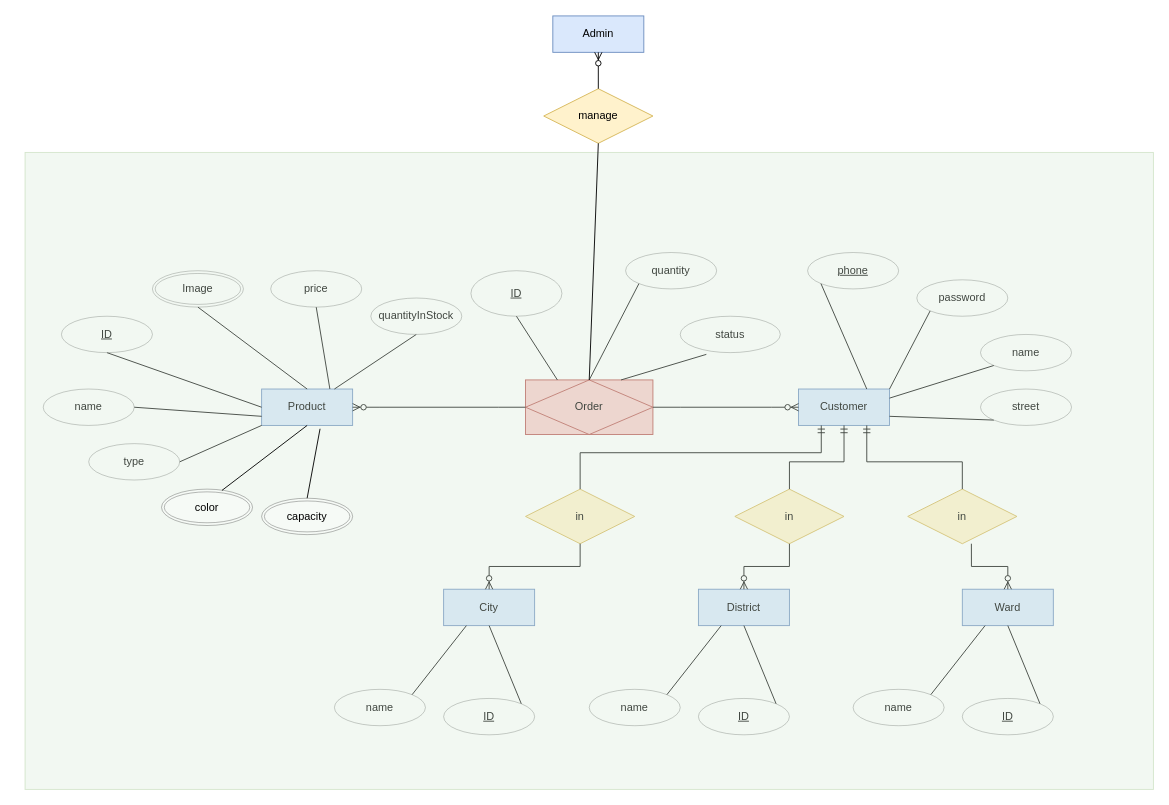
The draw.io diagram er.drawio in q2kit/N14, before the edit. Source tidied: cells renumbered, new cells numbered last; positions are measured from the earlier drawing's top-left corner, leaving out a move shared by most shapes. Both pictures are drawn from the tidied source at 91%, with x=0, y=0 at pixel (25, 15).
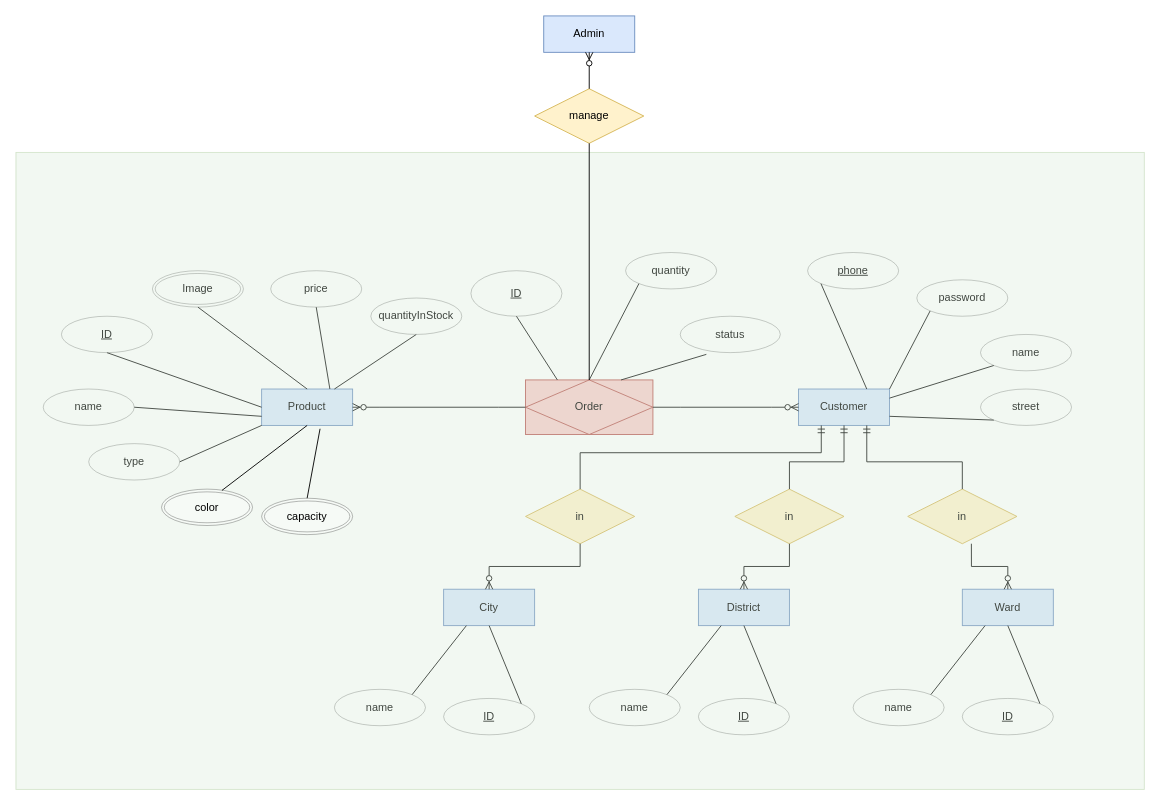
After the change.

Change to the diagram source:
```diff
@@
     <mxCell id="5" value="Admin&lt;br&gt;" style="whiteSpace=wrap;html=1;align=center;fillColor=#dae8fc;strokeColor=#6c8ebf;" parent="1" vertex="1">
-      <mxGeometry x="580" width="100" height="40" as="geometry" />
+      <mxGeometry x="570" width="100" height="40" as="geometry" />
     </mxCell>
@@
     <mxCell id="58" style="text;strokeColor=#82b366;fillColor=#d5e8d4;spacingLeft=4;spacingRight=4;overflow=hidden;fontSize=12;opacity=30;" parent="1" vertex="1">
-      <mxGeometry y="150" width="1240" height="700" as="geometry" />
+      <mxGeometry x="-10" y="150" width="1240" height="700" as="geometry" />
     </mxCell>
     <mxCell id="59" value="manage" style="shape=rhombus;perimeter=rhombusPerimeter;whiteSpace=wrap;html=1;align=center;fillColor=#fff2cc;strokeColor=#d6b656;strokeWidth=1;" parent="1" vertex="1">
-      <mxGeometry x="570" y="80" width="120" height="60" as="geometry" />
+      <mxGeometry x="560" y="80" width="120" height="60" as="geometry" />
     </mxCell>
@@
+    <mxCell id="67" style="edgeStyle=orthogonalEdgeStyle;rounded=0;orthogonalLoop=1;jettySize=auto;html=1;exitX=0.5;exitY=1;exitDx=0;exitDy=0;" parent="1" edge="1" source="5" target="5">
+      <mxGeometry relative="1" as="geometry" />
+    </mxCell>
```
